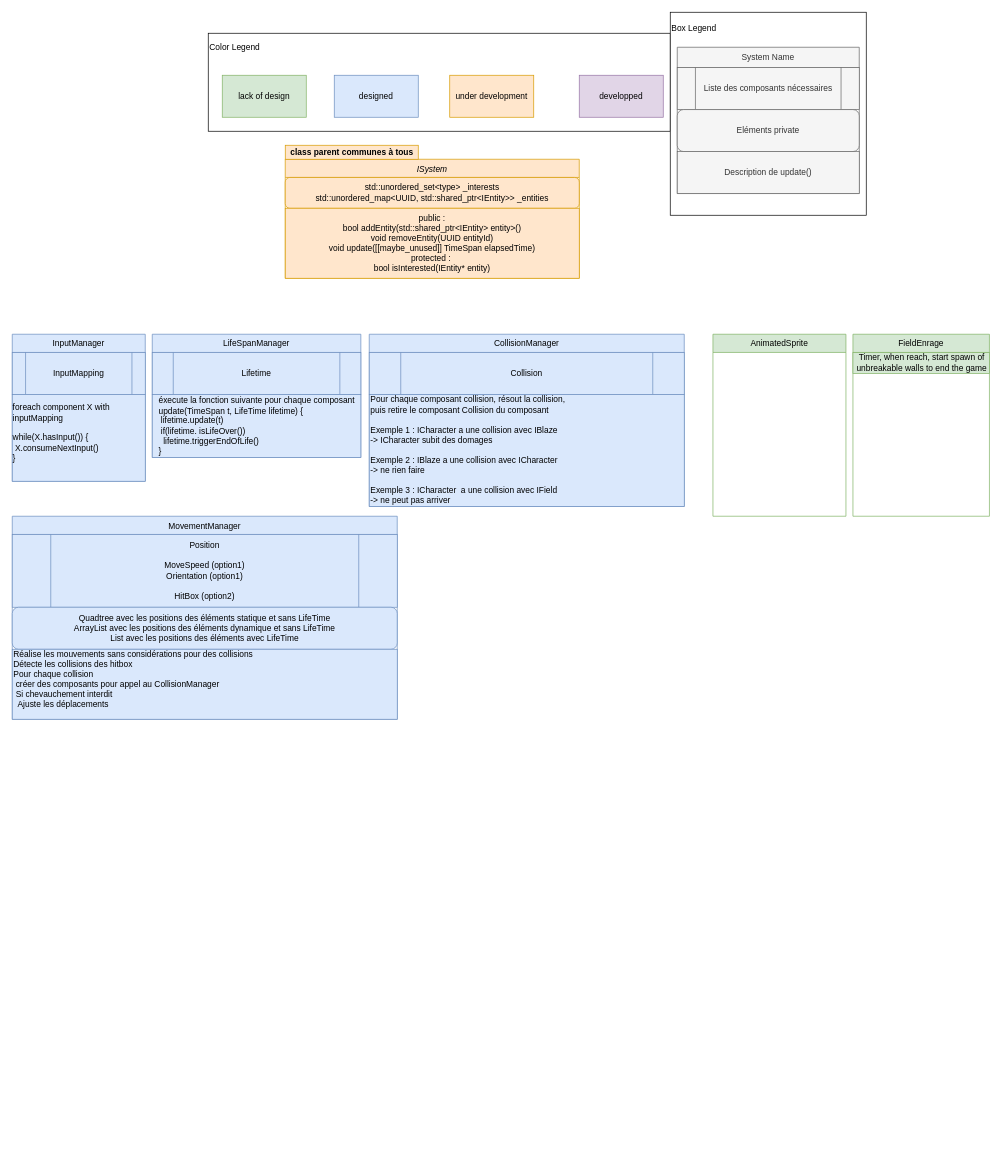
Earlier version of the draw.io diagram page "Systems" (3 of 6) of doc/UMLGeneralFramework.drawio (Kragoum/BomberKnight). Source tidied: cells renumbered, new cells numbered last; positions are measured from the earlier drawing's top-left corner, leaving out a move shared by most shapes. Both pictures are drawn from the tidied source at 70%, with x=0, y=0 at pixel (12, 12).
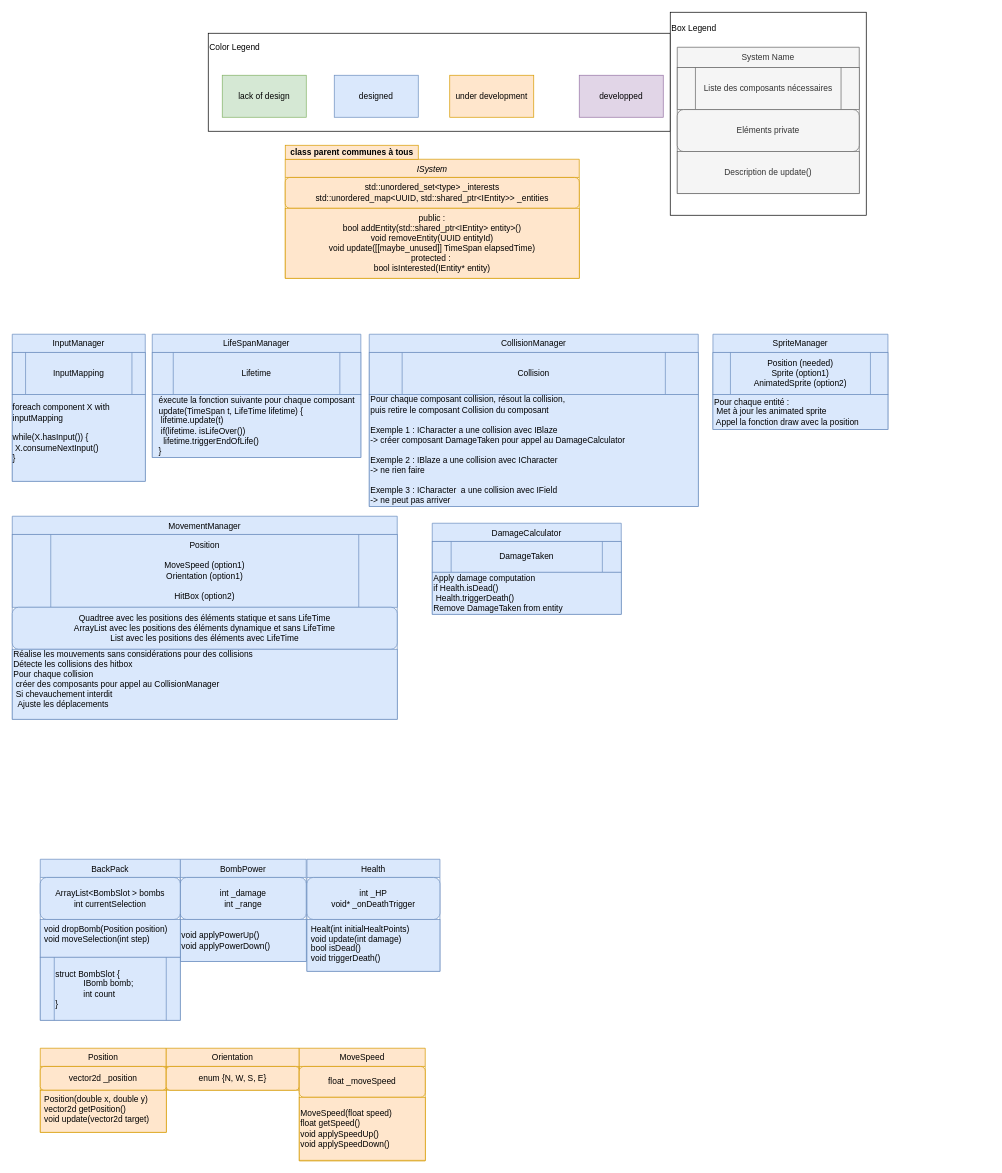
The same page after the edit.

The edit, as a diff of the source:
```diff
@@
-    <mxCell id="8" value="AnimatedSprite" style="swimlane;fontStyle=0;align=center;verticalAlign=top;horizontal=1;startSize=26;rounded=0;shadow=0;strokeWidth=1;fillColor=#d5e8d4;strokeColor=#82b366;" parent="1" vertex="1">
-      <mxGeometry x="1001" y="460" width="190" height="260" as="geometry" />
+    <mxCell id="8" value="SpriteManager" style="swimlane;fontStyle=0;align=center;verticalAlign=top;horizontal=1;startSize=26;rounded=0;shadow=0;strokeWidth=1;fillColor=#dae8fc;strokeColor=#6c8ebf;" parent="1" vertex="1">
+      <mxGeometry x="1001" y="460" width="250" height="136" as="geometry" />
     </mxCell>
+    <mxCell id="34" value="&lt;span style=&quot;&quot;&gt;Position (needed)&lt;br&gt;Sprite (option1)&lt;br&gt;AnimatedSprite (option2)&lt;br&gt;&lt;/span&gt;" style="shape=process;whiteSpace=wrap;html=1;backgroundOutline=1;fillColor=#dae8fc;strokeColor=#6c8ebf;" parent="8" vertex="1">
+      <mxGeometry y="26" width="250" height="60" as="geometry" />
+    </mxCell>
+    <mxCell id="35" value="&lt;div style=&quot;&quot;&gt;Pour chaque entité :&lt;/div&gt;&lt;div style=&quot;&quot;&gt;&lt;span style=&quot;white-space: pre;&quot;&gt; &lt;/span&gt;Met à jour les animated sprite&lt;br&gt;&lt;/div&gt;&lt;div style=&quot;&quot;&gt;&lt;span style=&quot;white-space: pre;&quot;&gt; &lt;/span&gt;Appel la fonction draw avec la position&lt;br&gt;&lt;/div&gt;" style="text;html=1;align=left;verticalAlign=middle;strokeColor=#6c8ebf;fillColor=#dae8fc;" parent="8" vertex="1">
+      <mxGeometry y="86" width="250" height="50" as="geometry" />
+    </mxCell>
     <mxCell id="9" value="CollisionManager&#10;" style="swimlane;fontStyle=0;align=center;verticalAlign=top;horizontal=1;startSize=26;rounded=0;shadow=0;strokeWidth=1;fillColor=#dae8fc;strokeColor=#6c8ebf;" parent="1" vertex="1">
-      <mxGeometry x="510" y="460" width="450" height="246" as="geometry" />
+      <mxGeometry x="510" y="460" width="470" height="246" as="geometry" />
     </mxCell>
     <mxCell id="10" value="&lt;span style=&quot;&quot;&gt;Collision&lt;/span&gt;" style="shape=process;whiteSpace=wrap;html=1;backgroundOutline=1;fillColor=#dae8fc;strokeColor=#6c8ebf;" parent="9" vertex="1">
-      <mxGeometry y="26" width="450" height="60" as="geometry" />
+      <mxGeometry y="26" width="470" height="60" as="geometry" />
     </mxCell>
-    <mxCell id="11" value="&lt;div style=&quot;&quot;&gt;Pour chaque composant collision, résout la collision,&lt;/div&gt;&lt;div style=&quot;&quot;&gt;puis retire le composant Collision du composant&lt;/div&gt;&lt;div style=&quot;&quot;&gt;&lt;br&gt;&lt;/div&gt;&lt;div style=&quot;&quot;&gt;Exemple 1 : ICharacter a une collision avec&amp;nbsp;&lt;span style=&quot;background-color: initial;&quot;&gt;IBlaze&lt;/span&gt;&lt;/div&gt;&lt;div style=&quot;&quot;&gt;-&amp;gt; ICharacter subit des domages&lt;br&gt;&lt;/div&gt;&lt;div style=&quot;&quot;&gt;&lt;br&gt;&lt;/div&gt;&lt;div style=&quot;&quot;&gt;Exemple 2 : IBlaze a une collision avec&amp;nbsp;&lt;span style=&quot;background-color: initial;&quot;&gt;ICharacter&lt;/span&gt;&lt;/div&gt;&lt;div style=&quot;&quot;&gt;&lt;span style=&quot;background-color: initial;&quot;&gt;-&amp;gt; ne rien faire&lt;/span&gt;&lt;/div&gt;&lt;div style=&quot;&quot;&gt;&lt;span style=&quot;background-color: initial;&quot;&gt;&lt;br&gt;&lt;/span&gt;&lt;/div&gt;&lt;div style=&quot;&quot;&gt;Exemple 3 : ICharacter&amp;nbsp; a une collision avec IField&lt;/div&gt;&lt;div style=&quot;&quot;&gt;-&amp;gt; ne peut pas arriver&lt;/div&gt;" style="text;html=1;align=left;verticalAlign=middle;strokeColor=#6c8ebf;fillColor=#dae8fc;" parent="9" vertex="1">
-      <mxGeometry y="86" width="450" height="160" as="geometry" />
+    <mxCell id="11" value="&lt;div style=&quot;&quot;&gt;Pour chaque composant collision, résout la collision,&lt;/div&gt;&lt;div style=&quot;&quot;&gt;puis retire le composant Collision du composant&lt;/div&gt;&lt;div style=&quot;&quot;&gt;&lt;br&gt;&lt;/div&gt;&lt;div style=&quot;&quot;&gt;Exemple 1 : ICharacter a une collision avec&amp;nbsp;&lt;span style=&quot;background-color: initial;&quot;&gt;IBlaze&lt;/span&gt;&lt;/div&gt;&lt;div style=&quot;&quot;&gt;-&amp;gt; créer composant DamageTaken pour appel au DamageCalculator&lt;br&gt;&lt;/div&gt;&lt;div style=&quot;&quot;&gt;&lt;br&gt;&lt;/div&gt;&lt;div style=&quot;&quot;&gt;Exemple 2 : IBlaze a une collision avec&amp;nbsp;&lt;span style=&quot;background-color: initial;&quot;&gt;ICharacter&lt;/span&gt;&lt;/div&gt;&lt;div style=&quot;&quot;&gt;&lt;span style=&quot;background-color: initial;&quot;&gt;-&amp;gt; ne rien faire&lt;/span&gt;&lt;/div&gt;&lt;div style=&quot;&quot;&gt;&lt;span style=&quot;background-color: initial;&quot;&gt;&lt;br&gt;&lt;/span&gt;&lt;/div&gt;&lt;div style=&quot;&quot;&gt;Exemple 3 : ICharacter&amp;nbsp; a une collision avec IField&lt;/div&gt;&lt;div style=&quot;&quot;&gt;-&amp;gt; ne peut pas arriver&lt;/div&gt;" style="text;html=1;align=left;verticalAlign=middle;strokeColor=#6c8ebf;fillColor=#dae8fc;" parent="9" vertex="1">
+      <mxGeometry y="86" width="470" height="160" as="geometry" />
     </mxCell>
-    <mxCell id="12" value="FieldEnrage" style="swimlane;fontStyle=0;align=center;verticalAlign=top;horizontal=1;startSize=26;rounded=0;shadow=0;strokeWidth=1;fillColor=#d5e8d4;strokeColor=#82b366;" parent="1" vertex="1">
-      <mxGeometry x="1201" y="460" width="195" height="260" as="geometry" />
-    </mxCell>
-    <mxCell id="13" value="Timer, when reach, start spawn of&lt;br&gt;unbreakable walls to end the game" style="text;html=1;align=center;verticalAlign=middle;strokeColor=#82b366;fillColor=#d5e8d4;" parent="12" vertex="1">
-      <mxGeometry y="26" width="195" height="30" as="geometry" />
-    </mxCell>
@@
+    <mxCell id="36" value="Health" style="swimlane;fontStyle=0;align=center;verticalAlign=top;horizontal=1;startSize=26;rounded=0;shadow=0;strokeWidth=1;fillColor=#dae8fc;strokeColor=#6c8ebf;" parent="1" vertex="1">
+      <mxGeometry x="421" y="1210" width="190" height="160" as="geometry" />
+    </mxCell>
+    <mxCell id="37" value="&lt;span style=&quot;color: rgb(0, 0, 0); font-family: Helvetica; font-size: 12px; font-style: normal; font-variant-ligatures: normal; font-variant-caps: normal; font-weight: 400; letter-spacing: normal; orphans: 2; text-align: left; text-indent: 0px; text-transform: none; widows: 2; word-spacing: 0px; -webkit-text-stroke-width: 0px; text-decoration-thickness: initial; text-decoration-style: initial; text-decoration-color: initial; float: none; display: inline !important;&quot;&gt;int _HP&lt;br&gt;&lt;span style=&quot;&quot;&gt;void* _onDeathTrigger&lt;/span&gt;&lt;br&gt;&lt;/span&gt;" style="rounded=1;whiteSpace=wrap;html=1;fillColor=#dae8fc;strokeColor=#6c8ebf;" parent="36" vertex="1">
+      <mxGeometry y="26" width="190" height="60" as="geometry" />
+    </mxCell>
+    <mxCell id="38" value="Healt(int initialHealtPoints)&#10;void update(int damage)&#10;bool isDead()&#10;void triggerDeath()&#10;" style="text;align=left;verticalAlign=top;spacingLeft=4;spacingRight=4;overflow=hidden;rounded=0;shadow=0;html=0;fillColor=#dae8fc;strokeColor=#6c8ebf;" parent="36" vertex="1">
+      <mxGeometry y="86" width="190" height="74" as="geometry" />
+    </mxCell>
+    <mxCell id="39" value="Position" style="swimlane;fontStyle=0;align=center;verticalAlign=top;horizontal=1;startSize=26;rounded=0;shadow=0;strokeWidth=1;fillColor=#ffe6cc;strokeColor=#d79b00;" parent="1" vertex="1">
+      <mxGeometry x="40" y="1480" width="180" height="120" as="geometry" />
+    </mxCell>
+    <mxCell id="40" value="&lt;span style=&quot;text-align: left;&quot;&gt;vector2d _position&lt;/span&gt;" style="rounded=1;whiteSpace=wrap;html=1;labelBackgroundColor=none;fillColor=#ffe6cc;strokeColor=#d79b00;" parent="39" vertex="1">
+      <mxGeometry y="26" width="180" height="34" as="geometry" />
+    </mxCell>
+    <mxCell id="41" value="Position(double x, double y)&#10;vector2d getPosition()&#10;void update(vector2d target)" style="text;align=left;verticalAlign=top;spacingLeft=4;spacingRight=4;overflow=hidden;fillColor=#ffe6cc;strokeColor=#d79b00;" parent="39" vertex="1">
+      <mxGeometry y="60" width="180" height="60" as="geometry" />
+    </mxCell>
+    <mxCell id="42" value="Orientation" style="swimlane;fontStyle=0;align=center;verticalAlign=top;horizontal=1;startSize=26;rounded=0;shadow=0;strokeWidth=1;fillColor=#ffe6cc;strokeColor=#d79b00;" parent="1" vertex="1">
+      <mxGeometry x="220" y="1480" width="190" height="60" as="geometry" />
+    </mxCell>
+    <mxCell id="43" value="&lt;span style=&quot;text-align: left;&quot;&gt;enum {N, W, S, E}&lt;/span&gt;" style="rounded=1;whiteSpace=wrap;html=1;labelBackgroundColor=none;fillColor=#ffe6cc;strokeColor=#d79b00;" parent="42" vertex="1">
+      <mxGeometry y="26" width="190" height="34" as="geometry" />
+    </mxCell>
+    <mxCell id="44" value="BombPower" style="swimlane;fontStyle=0;align=center;verticalAlign=top;horizontal=1;startSize=26;rounded=0;shadow=0;strokeWidth=1;fillColor=#dae8fc;strokeColor=#6c8ebf;" parent="1" vertex="1">
+      <mxGeometry x="240" y="1210" width="180" height="146" as="geometry" />
+    </mxCell>
+    <mxCell id="45" value="int _damage&lt;br&gt;int _range" style="rounded=1;whiteSpace=wrap;html=1;labelBackgroundColor=none;fillColor=#dae8fc;strokeColor=#6c8ebf;" parent="44" vertex="1">
+      <mxGeometry y="26" width="180" height="60" as="geometry" />
+    </mxCell>
+    <mxCell id="46" value="void applyPowerUp()&lt;br&gt;void applyPowerDown()" style="rounded=0;whiteSpace=wrap;html=1;labelBackgroundColor=none;fillColor=#dae8fc;strokeColor=#6c8ebf;align=left;" parent="44" vertex="1">
+      <mxGeometry y="86" width="180" height="60" as="geometry" />
+    </mxCell>
+    <mxCell id="47" value="MoveSpeed" style="swimlane;fontStyle=0;align=center;verticalAlign=top;horizontal=1;startSize=26;rounded=0;shadow=0;strokeWidth=1;fillColor=#ffe6cc;strokeColor=#d79b00;" parent="1" vertex="1">
+      <mxGeometry x="410" y="1480" width="180" height="161" as="geometry" />
+    </mxCell>
+    <mxCell id="48" value="float _moveSpeed" style="rounded=1;whiteSpace=wrap;html=1;labelBackgroundColor=none;fillColor=#ffe6cc;strokeColor=#d79b00;" parent="47" vertex="1">
+      <mxGeometry y="26" width="180" height="44" as="geometry" />
+    </mxCell>
+    <mxCell id="49" value="MoveSpeed(float speed)&lt;br&gt;float getSpeed()&lt;br&gt;void applySpeedUp()&lt;br&gt;void applySpeedDown()" style="rounded=0;whiteSpace=wrap;html=1;labelBackgroundColor=none;fillColor=#ffe6cc;strokeColor=#d79b00;align=left;" parent="47" vertex="1">
+      <mxGeometry y="70" width="180" height="90" as="geometry" />
+    </mxCell>
+    <mxCell id="50" value="BackPack" style="swimlane;fontStyle=0;align=center;verticalAlign=top;horizontal=1;startSize=26;rounded=0;shadow=0;strokeWidth=1;fillColor=#dae8fc;strokeColor=#6c8ebf;" parent="1" vertex="1">
+      <mxGeometry x="40" y="1210" width="200" height="230" as="geometry" />
+    </mxCell>
+    <mxCell id="51" value="ArrayList&amp;lt;&lt;span style=&quot;text-align: left;&quot;&gt;BombSlot&amp;nbsp;&lt;/span&gt;&amp;gt; bombs&lt;br&gt;int currentSelection" style="rounded=1;whiteSpace=wrap;html=1;labelBackgroundColor=none;fillColor=#dae8fc;strokeColor=#6c8ebf;" parent="50" vertex="1">
+      <mxGeometry y="26" width="200" height="60" as="geometry" />
+    </mxCell>
+    <mxCell id="52" value="void dropBomb(Position position)&#10;void moveSelection(int step)&#10;&#10;" style="text;align=left;verticalAlign=top;spacingLeft=4;spacingRight=4;overflow=hidden;rounded=0;shadow=0;html=0;fillColor=#dae8fc;strokeColor=#6c8ebf;" parent="50" vertex="1">
+      <mxGeometry y="86" width="200" height="54" as="geometry" />
+    </mxCell>
+    <mxCell id="53" value="&lt;span style=&quot;&quot;&gt;struct BombSlot {&lt;/span&gt;&lt;br style=&quot;padding: 0px; margin: 0px;&quot;&gt;&lt;blockquote style=&quot;margin: 0 0 0 40px; border: none; padding: 0px;&quot;&gt;&lt;span style=&quot;&quot;&gt;IBomb bomb;&lt;br&gt;&lt;/span&gt;&lt;span style=&quot;&quot;&gt;int count&lt;/span&gt;&lt;/blockquote&gt;&lt;span style=&quot;&quot;&gt;}&lt;/span&gt;" style="shape=process;whiteSpace=wrap;html=1;backgroundOutline=1;fillColor=#dae8fc;strokeColor=#6c8ebf;align=left;" parent="50" vertex="1">
+      <mxGeometry y="140" width="200" height="90" as="geometry" />
+    </mxCell>
+    <mxCell id="54" value="DamageCalculator" style="swimlane;fontStyle=0;align=center;verticalAlign=top;horizontal=1;startSize=26;rounded=0;shadow=0;strokeWidth=1;fillColor=#dae8fc;strokeColor=#6c8ebf;" parent="1" vertex="1">
+      <mxGeometry x="600" y="730" width="270" height="130" as="geometry" />
+    </mxCell>
+    <mxCell id="55" value="DamageTaken" style="shape=process;whiteSpace=wrap;html=1;backgroundOutline=1;fillColor=#dae8fc;strokeColor=#6c8ebf;" parent="54" vertex="1">
+      <mxGeometry y="26" width="270" height="44" as="geometry" />
+    </mxCell>
+    <mxCell id="56" value="&lt;div style=&quot;&quot;&gt;Apply damage computation&lt;/div&gt;&lt;div style=&quot;&quot;&gt;if Health.isDead()&lt;/div&gt;&lt;div style=&quot;&quot;&gt;&lt;span style=&quot;white-space: pre;&quot;&gt; &lt;/span&gt;Health.triggerDeath()&lt;/div&gt;&lt;div style=&quot;&quot;&gt;Remove DamageTaken from entity&lt;/div&gt;" style="text;html=1;align=left;verticalAlign=middle;strokeColor=#6c8ebf;fillColor=#dae8fc;" parent="54" vertex="1">
+      <mxGeometry y="70" width="270" height="60" as="geometry" />
+    </mxCell>
```
